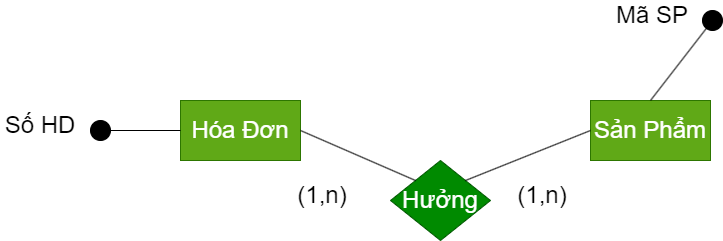
Before: QT3(Chuẩn hóa ER).png, a diagram exported from draw.io (datnham0212/learning). Source tidied: cells renumbered, new cells last; positions are measured from the earlier drawing's top-left corner, leaving out a move shared by most shapes.
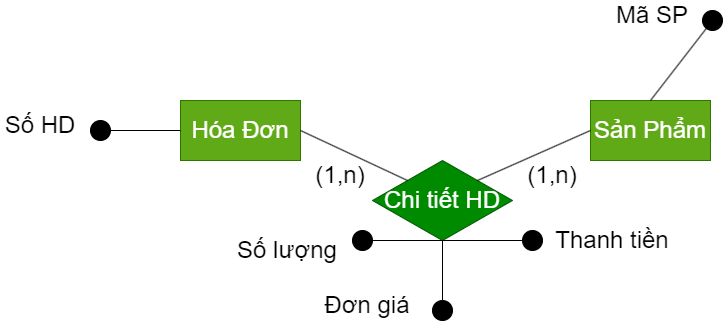
After the change.

The edit, as a diff of the source:
```diff
@@ -5,8 +5,8 @@
     <mxCell id="2" value="Hóa Đơn" style="rounded=0;whiteSpace=wrap;html=1;fontSize=24;fillColor=#60a917;fontColor=#ffffff;strokeColor=#2D7600;" parent="1" vertex="1">
       <mxGeometry x="180" y="100" width="120" height="60" as="geometry" />
     </mxCell>
-    <mxCell id="3" value="Hưởng" style="rhombus;whiteSpace=wrap;html=1;fontSize=24;fillColor=#008a00;fontColor=#ffffff;strokeColor=#005700;" parent="1" vertex="1">
-      <mxGeometry x="390" y="160" width="100" height="80" as="geometry" />
+    <mxCell id="3" value="Chi tiết HD" style="rhombus;whiteSpace=wrap;html=1;fontSize=24;fillColor=#008a00;fontColor=#ffffff;strokeColor=#005700;" parent="1" vertex="1">
+      <mxGeometry x="372" y="160" width="140" height="80" as="geometry" />
     </mxCell>
     <mxCell id="4" value="Sản Phẩm" style="rounded=0;whiteSpace=wrap;html=1;fontSize=24;fillColor=#60a917;fontColor=#ffffff;strokeColor=#2D7600;" parent="1" vertex="1">
       <mxGeometry x="590" y="100" width="120" height="60" as="geometry" />
@@ -29,10 +29,10 @@
       <mxGeometry y="110" width="80" height="30" as="geometry" />
     </mxCell>
     <mxCell id="10" value="&lt;font style=&quot;font-size: 24px;&quot;&gt;(1,n)&lt;/font&gt;" style="text;html=1;strokeColor=none;fillColor=none;align=center;verticalAlign=middle;whiteSpace=wrap;rounded=0;fontSize=24;" parent="1" vertex="1">
-      <mxGeometry x="282" y="180" width="80" height="30" as="geometry" />
+      <mxGeometry x="300" y="160" width="80" height="30" as="geometry" />
     </mxCell>
     <mxCell id="11" value="&lt;font style=&quot;font-size: 24px;&quot;&gt;(1,n)&lt;/font&gt;" style="text;html=1;strokeColor=none;fillColor=none;align=center;verticalAlign=middle;whiteSpace=wrap;rounded=0;fontSize=24;" parent="1" vertex="1">
-      <mxGeometry x="502" y="180" width="80" height="30" as="geometry" />
+      <mxGeometry x="512" y="160" width="80" height="30" as="geometry" />
     </mxCell>
     <mxCell id="12" style="endArrow=none;html=1;rounded=0;exitX=0.5;exitY=0;exitDx=0;exitDy=0;fontSize=24;" parent="1" edge="1" source="4" target="13">
       <mxGeometry relative="1" as="geometry" />
@@ -43,5 +43,38 @@
     <mxCell id="14" value="&lt;font style=&quot;font-size: 24px;&quot;&gt;Mã SP&lt;/font&gt;" style="text;html=1;strokeColor=none;fillColor=none;align=center;verticalAlign=middle;whiteSpace=wrap;rounded=0;fontSize=24;" parent="1" vertex="1">
       <mxGeometry x="612" width="80" height="30" as="geometry" />
     </mxCell>
+    <mxCell id="15" style="endArrow=none;html=1;rounded=0;exitX=0;exitY=0.5;exitDx=0;exitDy=0;fontSize=24;" parent="1" edge="1" target="16">
+      <mxGeometry relative="1" as="geometry">
+        <mxPoint x="442" y="240" as="sourcePoint" />
+      </mxGeometry>
+    </mxCell>
+    <mxCell id="16" style="ellipse;whiteSpace=wrap;html=1;fontSize=24;fillColor=#000000;" parent="1" vertex="1">
+      <mxGeometry x="352" y="230" width="20" height="20" as="geometry" />
+    </mxCell>
+    <mxCell id="17" value="&lt;font style=&quot;font-size: 24px;&quot;&gt;Số lượng&lt;/font&gt;" style="text;html=1;strokeColor=none;fillColor=none;align=center;verticalAlign=middle;whiteSpace=wrap;rounded=0;fontSize=24;" parent="1" vertex="1">
+      <mxGeometry x="232" y="220" width="110" height="60" as="geometry" />
+    </mxCell>
+    <mxCell id="18" style="endArrow=none;html=1;rounded=0;fontSize=24;" parent="1" edge="1" target="19">
+      <mxGeometry relative="1" as="geometry">
+        <mxPoint x="442" y="240" as="sourcePoint" />
+      </mxGeometry>
+    </mxCell>
+    <mxCell id="19" style="ellipse;whiteSpace=wrap;html=1;fontSize=24;fillColor=#000000;" parent="1" vertex="1">
+      <mxGeometry x="432" y="300" width="20" height="20" as="geometry" />
+    </mxCell>
+    <mxCell id="20" value="Đơn giá" style="text;html=1;strokeColor=none;fillColor=none;align=center;verticalAlign=middle;whiteSpace=wrap;rounded=0;fontSize=24;" parent="1" vertex="1">
+      <mxGeometry x="312" y="290" width="110" height="30" as="geometry" />
+    </mxCell>
+    <mxCell id="21" style="endArrow=none;html=1;rounded=0;exitX=0.557;exitY=0.975;exitDx=0;exitDy=0;fontSize=24;exitPerimeter=0;" parent="1" edge="1" target="22">
+      <mxGeometry relative="1" as="geometry">
+        <mxPoint x="442" y="240" as="sourcePoint" />
+      </mxGeometry>
+    </mxCell>
+    <mxCell id="22" style="ellipse;whiteSpace=wrap;html=1;fontSize=24;fillColor=#000000;" parent="1" vertex="1">
+      <mxGeometry x="522" y="230" width="20" height="20" as="geometry" />
+    </mxCell>
+    <mxCell id="23" value="&lt;font style=&quot;font-size: 24px;&quot;&gt;Thanh tiền&lt;/font&gt;" style="text;html=1;strokeColor=none;fillColor=none;align=center;verticalAlign=middle;whiteSpace=wrap;rounded=0;fontSize=24;" parent="1" vertex="1">
+      <mxGeometry x="552" y="225" width="120" height="30" as="geometry" />
+    </mxCell>
   </root>
 </mxGraphModel>
```
